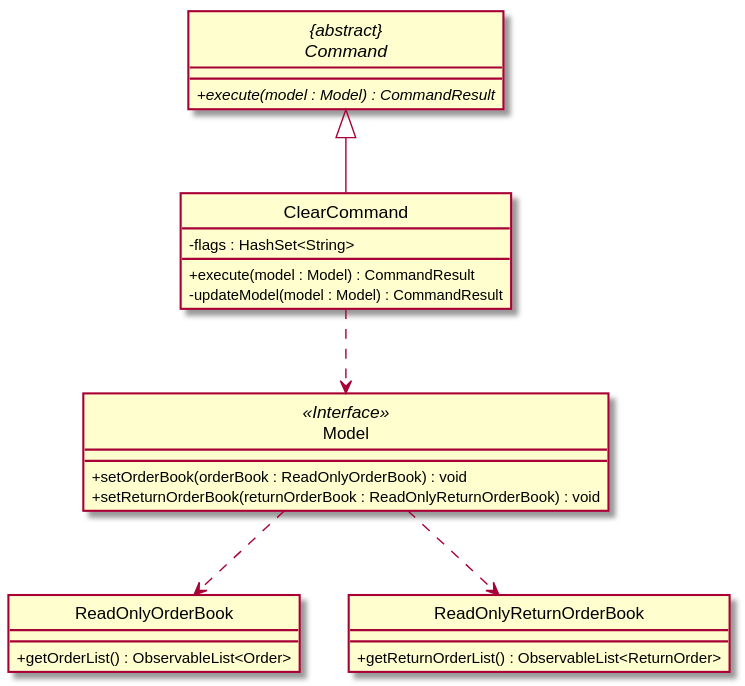
nus-cs2103-AY1920S2/addressbook-level3 keeps this PlantUML diagram as docs/images/ClearCommandClassDiagram.svg. Above is the earlier version. Source of this version:
```plantuml
@startuml
skinparam backgroundColor #ffffff
skinparam classAttributeIconSize 0
hide circle

abstract class "{abstract}\nCommand" {
    + {abstract} execute(model : Model) : CommandResult
}

class Model <<Interface>> {
    + setOrderBook(orderBook : ReadOnlyOrderBook) : void
    + setReturnOrderBook(returnOrderBook : ReadOnlyReturnOrderBook) : void
}

Model ..> ReadOnlyOrderBook
Model ..> ReadOnlyReturnOrderBook

class ReadOnlyOrderBook {
    + getOrderList() : ObservableList<Order>
}

class ReadOnlyReturnOrderBook {
    + getReturnOrderList() : ObservableList<ReturnOrder>
}

class ClearCommand {
    - flags : HashSet<String>

    + execute(model : Model) : CommandResult
    - updateModel(model : Model) : CommandResult
}

ClearCommand ..> Model
ClearCommand --up|> "{abstract}\nCommand"
@enduml
```
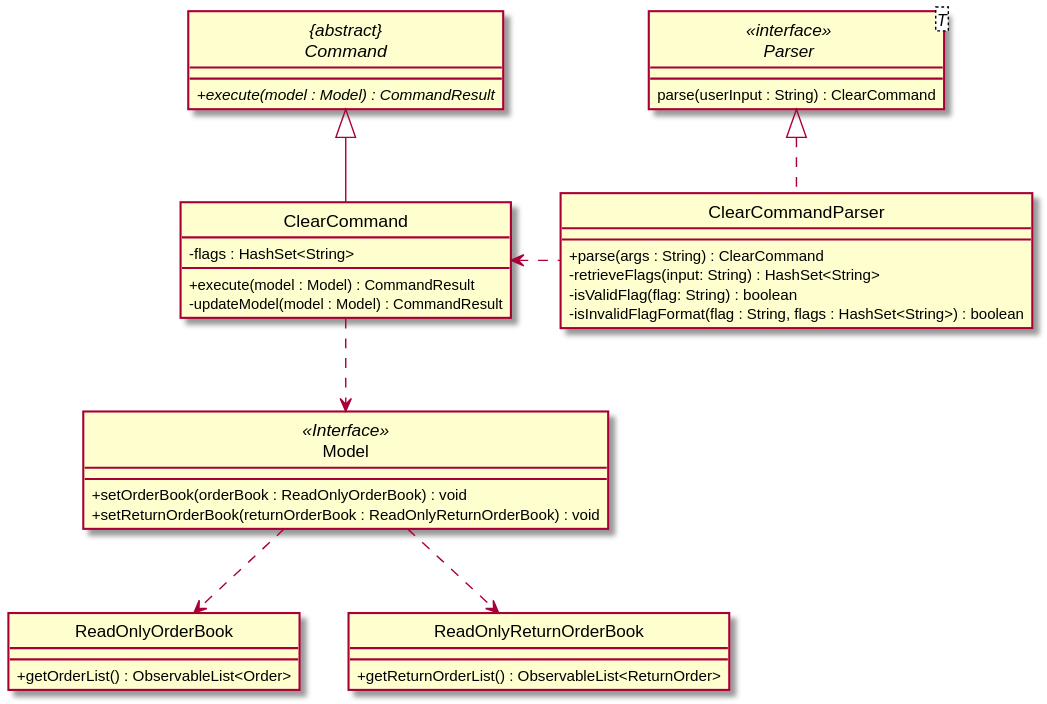
Later version of the same file.

Commit message:
Update of UML diagram report for Eng Xuan En.

Diff of the diagram source:
```diff
@@ -30,6 +30,18 @@
     - updateModel(model : Model) : CommandResult
 }
 
+class ClearCommandParser implements Parser {
+    + parse(args : String) : ClearCommand
+    - retrieveFlags(input: String) : HashSet<String>
+    - isValidFlag(flag: String) : boolean
+    - isInvalidFlagFormat(flag : String, flags : HashSet<String>) : boolean
+}
+
+interface Parser<T> <<interface>> {
+    parse(userInput : String) : ClearCommand
+}
+
+ClearCommand <..left ClearCommandParser
 ClearCommand ..> Model
 ClearCommand --up|> "{abstract}\nCommand"
 @enduml
```
